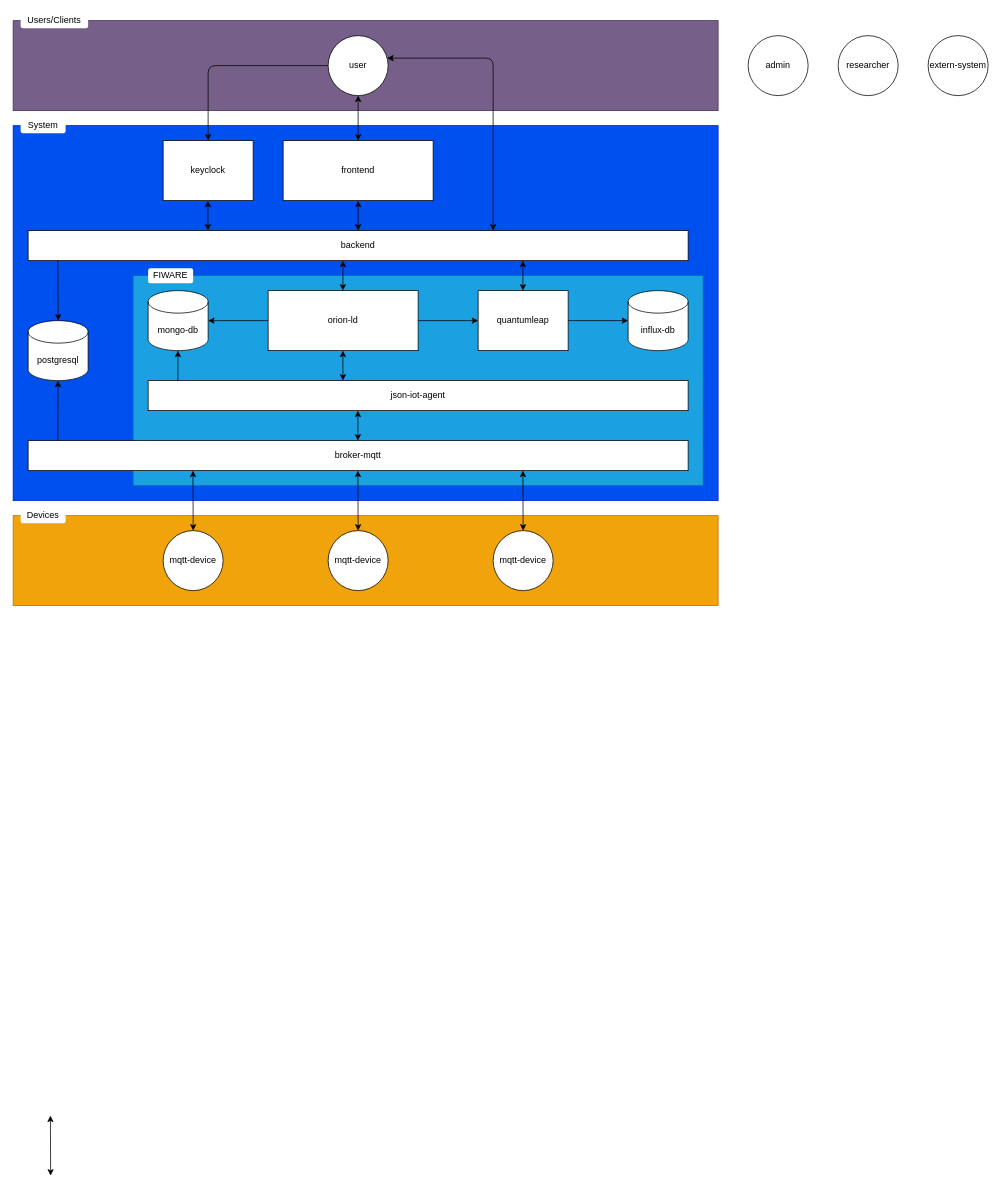
Above: document.drawio in LuizTakeda/masters-system (draw.io), before the change. Source tidied: cells renumbered, new cells numbered last; positions are measured from the earlier drawing's top-left corner, leaving out a move shared by most shapes. Both pictures are drawn from the tidied source at 75%, with x=0, y=0 at pixel (13, 13).
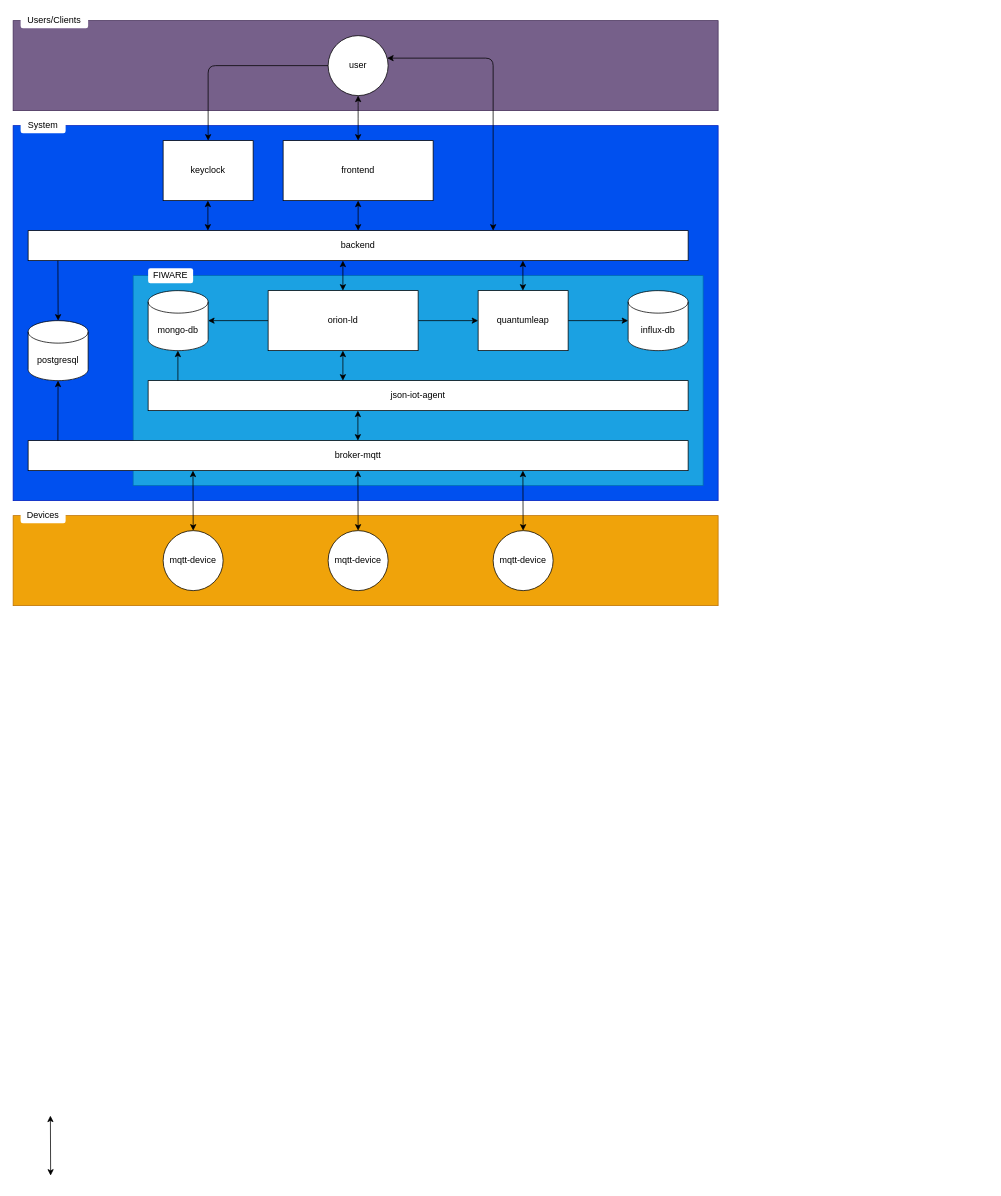
Above is the later version.

Commit message (it also covers changes not shown here):
chore(core): add architecture img

The edit, as a diff of the source:
```diff
@@
-    <mxCell id="43" value="admin" style="ellipse;whiteSpace=wrap;html=1;" parent="1" vertex="1">
-      <mxGeometry x="980" y="30" width="80" height="80" as="geometry" />
-    </mxCell>
-    <mxCell id="44" value="researcher" style="ellipse;whiteSpace=wrap;html=1;" parent="1" vertex="1">
-      <mxGeometry x="1100" y="30" width="80" height="80" as="geometry" />
-    </mxCell>
-    <mxCell id="45" value="extern-system" style="ellipse;whiteSpace=wrap;html=1;" parent="1" vertex="1">
-      <mxGeometry x="1220" y="30" width="80" height="80" as="geometry" />
-    </mxCell>
```
